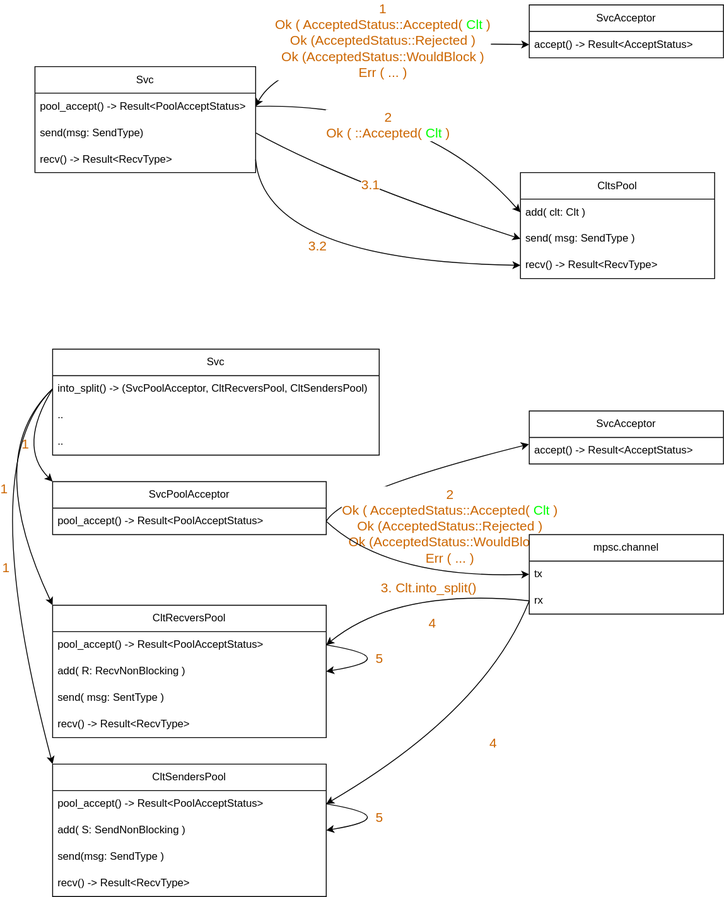
Before: readme/docs/accept_flow_diagram.drawio.svg, a diagram exported from draw.io (softstream-link/links). Source tidied: cells renumbered, new cells last; positions are measured from the earlier drawing's top-left corner, leaving out a move shared by most shapes.
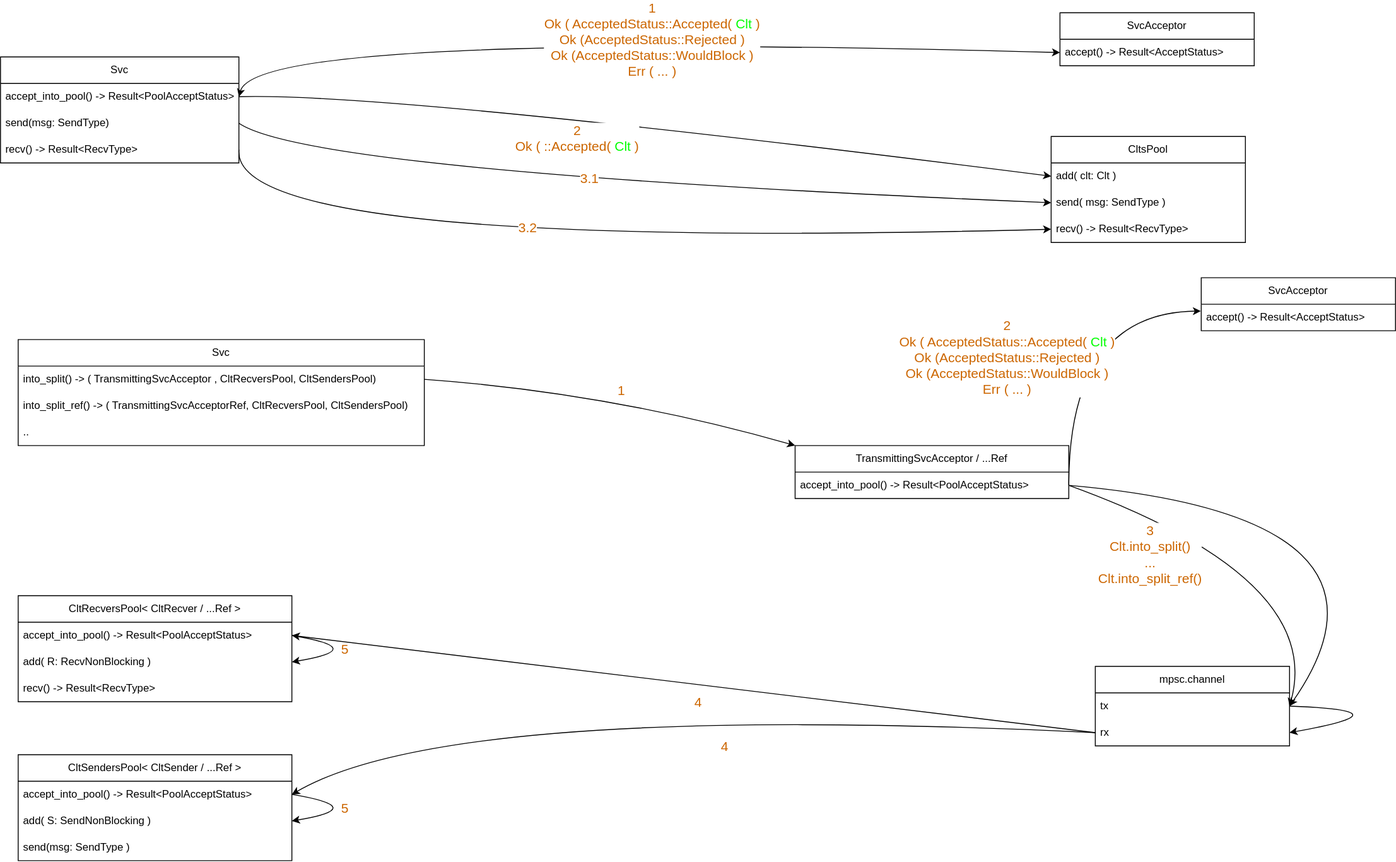
The same diagram one commit later.

Change to the diagram source:
```diff
@@ -3,13 +3,13 @@
     <mxCell id="0" />
     <mxCell id="1" parent="0" />
     <mxCell id="2" value="SvcAcceptor" style="swimlane;fontStyle=0;horizontal=1;startSize=30;whiteSpace=wrap;html=1;" parent="1" vertex="1">
-      <mxGeometry x="630" y="460" width="220" height="60" as="geometry" />
+      <mxGeometry x="1430" y="320" width="220" height="60" as="geometry" />
     </mxCell>
     <mxCell id="3" value="accept() -&amp;gt; Result&amp;lt;AcceptStatus&amp;gt;" style="text;strokeColor=none;fillColor=none;align=left;verticalAlign=middle;spacingLeft=4;spacingRight=4;overflow=hidden;points=[[0,0.5],[1,0.5]];portConstraint=eastwest;whiteSpace=wrap;html=1;" parent="2" vertex="1">
       <mxGeometry y="30" width="220" height="30" as="geometry" />
     </mxCell>
     <mxCell id="4" value="CltsPool" style="swimlane;fontStyle=0;horizontal=1;startSize=30;whiteSpace=wrap;html=1;" parent="1" vertex="1">
-      <mxGeometry x="620" y="190" width="220" height="120" as="geometry" />
+      <mxGeometry x="1260" y="160" width="220" height="120" as="geometry" />
     </mxCell>
     <mxCell id="5" value="add( clt: Clt )" style="text;strokeColor=none;fillColor=none;align=left;verticalAlign=middle;spacingLeft=4;spacingRight=4;overflow=hidden;points=[[0,0.5],[1,0.5]];portConstraint=eastwest;whiteSpace=wrap;html=1;" parent="4" vertex="1">
       <mxGeometry y="30" width="220" height="30" as="geometry" />
@@ -20,33 +20,33 @@
     <mxCell id="7" value="recv() -&amp;gt; Result&amp;lt;RecvType&amp;gt;" style="text;strokeColor=none;fillColor=none;align=left;verticalAlign=middle;spacingLeft=4;spacingRight=4;overflow=hidden;points=[[0,0.5],[1,0.5]];portConstraint=eastwest;whiteSpace=wrap;html=1;" parent="4" vertex="1">
       <mxGeometry y="90" width="220" height="30" as="geometry" />
     </mxCell>
-    <mxCell id="8" value="SvcPoolAcceptor" style="swimlane;fontStyle=0;horizontal=1;startSize=30;whiteSpace=wrap;html=1;" parent="1" vertex="1">
-      <mxGeometry x="90" y="540" width="310" height="60" as="geometry" />
+    <mxCell id="8" value="TransmittingSvcAcceptor / ...Ref" style="swimlane;fontStyle=0;horizontal=1;startSize=30;whiteSpace=wrap;html=1;" parent="1" vertex="1">
+      <mxGeometry x="970" y="510" width="310" height="60" as="geometry" />
     </mxCell>
-    <mxCell id="9" value="pool_accept() -&amp;gt; Result&amp;lt;PoolAcceptStatus&amp;gt;" style="text;strokeColor=none;fillColor=none;align=left;verticalAlign=middle;spacingLeft=4;spacingRight=4;overflow=hidden;points=[[0,0.5],[1,0.5]];portConstraint=eastwest;whiteSpace=wrap;html=1;" parent="8" vertex="1">
+    <mxCell id="9" value="accept_into_pool() -&amp;gt; Result&amp;lt;PoolAcceptStatus&amp;gt;" style="text;strokeColor=none;fillColor=none;align=left;verticalAlign=middle;spacingLeft=4;spacingRight=4;overflow=hidden;points=[[0,0.5],[1,0.5]];portConstraint=eastwest;whiteSpace=wrap;html=1;" parent="8" vertex="1">
       <mxGeometry y="30" width="310" height="30" as="geometry" />
     </mxCell>
     <mxCell id="10" value="Svc" style="swimlane;fontStyle=0;horizontal=1;startSize=30;whiteSpace=wrap;html=1;" parent="1" vertex="1">
-      <mxGeometry x="70" y="70" width="250" height="120" as="geometry" />
+      <mxGeometry x="70" y="70" width="270" height="120" as="geometry" />
     </mxCell>
-    <mxCell id="11" value="pool_accept() -&amp;gt; Result&amp;lt;PoolAcceptStatus&amp;gt;" style="text;strokeColor=none;fillColor=none;align=left;verticalAlign=middle;spacingLeft=4;spacingRight=4;overflow=hidden;points=[[0,0.5],[1,0.5]];portConstraint=eastwest;whiteSpace=wrap;html=1;" parent="10" vertex="1">
-      <mxGeometry y="30" width="250" height="30" as="geometry" />
+    <mxCell id="11" value="accept_into_pool() -&amp;gt; Result&amp;lt;PoolAcceptStatus&amp;gt;" style="text;strokeColor=none;fillColor=none;align=left;verticalAlign=middle;spacingLeft=4;spacingRight=4;overflow=hidden;points=[[0,0.5],[1,0.5]];portConstraint=eastwest;whiteSpace=wrap;html=1;" parent="10" vertex="1">
+      <mxGeometry y="30" width="270" height="30" as="geometry" />
     </mxCell>
     <mxCell id="12" value="send(msg: SendType)" style="text;strokeColor=none;fillColor=none;align=left;verticalAlign=middle;spacingLeft=4;spacingRight=4;overflow=hidden;points=[[0,0.5],[1,0.5]];portConstraint=eastwest;whiteSpace=wrap;html=1;" parent="10" vertex="1">
-      <mxGeometry y="60" width="250" height="30" as="geometry" />
+      <mxGeometry y="60" width="270" height="30" as="geometry" />
     </mxCell>
     <mxCell id="13" value="recv() -&amp;gt; Result&amp;lt;RecvType&amp;gt;" style="text;strokeColor=none;fillColor=none;align=left;verticalAlign=middle;spacingLeft=4;spacingRight=4;overflow=hidden;points=[[0,0.5],[1,0.5]];portConstraint=eastwest;whiteSpace=wrap;html=1;" parent="10" vertex="1">
-      <mxGeometry y="90" width="250" height="30" as="geometry" />
+      <mxGeometry y="90" width="270" height="30" as="geometry" />
     </mxCell>
     <mxCell id="14" value="2&lt;br&gt;Ok ( AcceptedStatus::Accepted(&amp;nbsp;&lt;font color=&quot;#00ff00&quot;&gt;Clt&lt;/font&gt;&amp;nbsp; )&lt;br&gt;Ok (AcceptedStatus::Rejected )&lt;br&gt;Ok (AcceptedStatus::WouldBlock )&lt;br&gt;Err ( ... )" style="curved=1;endArrow=none;html=1;fontColor=#CC6600;entryX=1;entryY=0.5;entryDx=0;entryDy=0;fontSize=15;startArrow=classic;startFill=1;endFill=0;exitX=-0.002;exitY=0.256;exitDx=0;exitDy=0;exitPerimeter=0;" parent="1" edge="1" source="3" target="9">
-      <mxGeometry x="-0.15" y="68" relative="1" as="geometry">
+      <mxGeometry x="0.16" y="-70" relative="1" as="geometry">
         <Array as="points">
-          <mxPoint x="420" y="550" />
+          <mxPoint x="1280" y="360" />
         </Array>
       </mxGeometry>
     </mxCell>
     <mxCell id="15" value="SvcAcceptor" style="swimlane;fontStyle=0;horizontal=1;startSize=30;whiteSpace=wrap;html=1;" parent="1" vertex="1">
-      <mxGeometry x="630" width="220" height="60" as="geometry" />
+      <mxGeometry x="1270" y="20" width="220" height="60" as="geometry" />
     </mxCell>
     <mxCell id="16" value="accept() -&amp;gt; Result&amp;lt;AcceptStatus&amp;gt;" style="text;strokeColor=none;fillColor=none;align=left;verticalAlign=middle;spacingLeft=4;spacingRight=4;overflow=hidden;points=[[0,0.5],[1,0.5]];portConstraint=eastwest;whiteSpace=wrap;html=1;" parent="15" vertex="1">
       <mxGeometry y="30" width="220" height="30" as="geometry" />
@@ -80,29 +80,26 @@
       </mxGeometry>
     </mxCell>
     <mxCell id="21" value="Svc" style="swimlane;fontStyle=0;horizontal=1;startSize=30;whiteSpace=wrap;html=1;" parent="1" vertex="1">
-      <mxGeometry x="90" y="390" width="370" height="120" as="geometry" />
+      <mxGeometry x="90" y="390" width="460" height="120" as="geometry" />
     </mxCell>
-    <mxCell id="22" value="into_split() -&amp;gt; (SvcPoolAcceptor, CltRecversPool, CltSendersPool)" style="text;strokeColor=none;fillColor=none;align=left;verticalAlign=middle;spacingLeft=4;spacingRight=4;overflow=hidden;points=[[0,0.5],[1,0.5]];portConstraint=eastwest;whiteSpace=wrap;html=1;" parent="21" vertex="1">
-      <mxGeometry y="30" width="370" height="30" as="geometry" />
+    <mxCell id="22" value="into_split() -&amp;gt; (&lt;span style=&quot;text-align: center;&quot;&gt;TransmittingSvcAcceptor&lt;/span&gt;, CltRecversPool, CltSendersPool)" style="text;strokeColor=none;fillColor=none;align=left;verticalAlign=middle;spacingLeft=4;spacingRight=4;overflow=hidden;points=[[0,0.5],[1,0.5]];portConstraint=eastwest;whiteSpace=wrap;html=1;" parent="21" vertex="1">
+      <mxGeometry y="30" width="460" height="30" as="geometry" />
     </mxCell>
-    <mxCell id="23" value=".." style="text;strokeColor=none;fillColor=none;align=left;verticalAlign=middle;spacingLeft=4;spacingRight=4;overflow=hidden;whiteSpace=wrap;html=1;" parent="21" vertex="1">
-      <mxGeometry y="60" width="370" height="30" as="geometry" />
+    <mxCell id="23" value="into_split_ref() -&amp;gt; ( TransmittingSvcAcceptorRef, CltRecversPool, CltSendersPool)" style="text;strokeColor=none;fillColor=none;align=left;verticalAlign=middle;spacingLeft=4;spacingRight=4;overflow=hidden;whiteSpace=wrap;html=1;" parent="21" vertex="1">
+      <mxGeometry y="60" width="460" height="30" as="geometry" />
     </mxCell>
     <mxCell id="24" value=".." style="text;strokeColor=none;fillColor=none;align=left;verticalAlign=middle;spacingLeft=4;spacingRight=4;overflow=hidden;whiteSpace=wrap;html=1;" parent="21" vertex="1">
-      <mxGeometry y="90" width="370" height="30" as="geometry" />
+      <mxGeometry y="90" width="460" height="30" as="geometry" />
     </mxCell>
-    <mxCell id="25" value="CltRecversPool" style="swimlane;fontStyle=0;horizontal=1;startSize=30;whiteSpace=wrap;html=1;" parent="1" vertex="1">
-      <mxGeometry x="90" y="680" width="310" height="150" as="geometry" />
+    <mxCell id="25" value="CltRecversPool&amp;lt; CltRecver / ...Ref &amp;gt;" style="swimlane;fontStyle=0;horizontal=1;startSize=30;whiteSpace=wrap;html=1;" parent="1" vertex="1">
+      <mxGeometry x="90" y="680" width="310" height="120" as="geometry" />
     </mxCell>
-    <mxCell id="26" value="pool_accept() -&amp;gt; Result&amp;lt;PoolAcceptStatus&amp;gt;" style="text;strokeColor=none;fillColor=none;align=left;verticalAlign=middle;spacingLeft=4;spacingRight=4;overflow=hidden;points=[[0,0.5],[1,0.5]];portConstraint=eastwest;whiteSpace=wrap;html=1;" parent="25" vertex="1">
+    <mxCell id="26" value="accept_into_pool() -&amp;gt; Result&amp;lt;PoolAcceptStatus&amp;gt;" style="text;strokeColor=none;fillColor=none;align=left;verticalAlign=middle;spacingLeft=4;spacingRight=4;overflow=hidden;points=[[0,0.5],[1,0.5]];portConstraint=eastwest;whiteSpace=wrap;html=1;" parent="25" vertex="1">
       <mxGeometry y="30" width="310" height="30" as="geometry" />
     </mxCell>
     <mxCell id="27" value="add( R: RecvNonBlocking )" style="text;strokeColor=none;fillColor=none;align=left;verticalAlign=middle;spacingLeft=4;spacingRight=4;overflow=hidden;points=[[0,0.5],[1,0.5]];portConstraint=eastwest;whiteSpace=wrap;html=1;" parent="25" vertex="1">
       <mxGeometry y="60" width="310" height="30" as="geometry" />
     </mxCell>
-    <mxCell id="28" value="send( msg: SentType )" style="text;strokeColor=none;fillColor=none;align=left;verticalAlign=middle;spacingLeft=4;spacingRight=4;overflow=hidden;whiteSpace=wrap;html=1;" parent="25" vertex="1">
-      <mxGeometry y="90" width="310" height="30" as="geometry" />
-    </mxCell>
     <mxCell id="29" value="5" style="curved=1;endArrow=none;html=1;fontColor=#CC6600;entryX=1;entryY=0.5;entryDx=0;entryDy=0;fontSize=15;startArrow=classic;startFill=1;endFill=0;exitX=1;exitY=0.5;exitDx=0;exitDy=0;" parent="25" edge="1" source="27" target="26">
       <mxGeometry x="0.32" y="5" relative="1" as="geometry">
         <Array as="points">
@@ -111,12 +108,12 @@
       </mxGeometry>
     </mxCell>
     <mxCell id="30" value="recv() -&amp;gt; Result&amp;lt;RecvType&amp;gt;" style="text;strokeColor=none;fillColor=none;align=left;verticalAlign=middle;spacingLeft=4;spacingRight=4;overflow=hidden;whiteSpace=wrap;html=1;" parent="25" vertex="1">
-      <mxGeometry y="120" width="310" height="30" as="geometry" />
+      <mxGeometry y="90" width="310" height="30" as="geometry" />
     </mxCell>
-    <mxCell id="31" value="CltSendersPool" style="swimlane;fontStyle=0;horizontal=1;startSize=30;whiteSpace=wrap;html=1;" parent="1" vertex="1">
-      <mxGeometry x="90" y="860" width="310" height="150" as="geometry" />
+    <mxCell id="31" value="CltSendersPool&amp;lt; CltSender / ...Ref &amp;gt;" style="swimlane;fontStyle=0;horizontal=1;startSize=30;whiteSpace=wrap;html=1;" parent="1" vertex="1">
+      <mxGeometry x="90" y="860" width="310" height="120" as="geometry" />
     </mxCell>
-    <mxCell id="32" value="pool_accept() -&amp;gt; Result&amp;lt;PoolAcceptStatus&amp;gt;" style="text;strokeColor=none;fillColor=none;align=left;verticalAlign=middle;spacingLeft=4;spacingRight=4;overflow=hidden;points=[[0,0.5],[1,0.5]];portConstraint=eastwest;whiteSpace=wrap;html=1;" parent="31" vertex="1">
+    <mxCell id="32" value="accept_into_pool() -&amp;gt; Result&amp;lt;PoolAcceptStatus&amp;gt;" style="text;strokeColor=none;fillColor=none;align=left;verticalAlign=middle;spacingLeft=4;spacingRight=4;overflow=hidden;points=[[0,0.5],[1,0.5]];portConstraint=eastwest;whiteSpace=wrap;html=1;" parent="31" vertex="1">
       <mxGeometry y="30" width="310" height="30" as="geometry" />
     </mxCell>
     <mxCell id="33" value="add( S: SendNonBlocking )" style="text;strokeColor=none;fillColor=none;align=left;verticalAlign=middle;spacingLeft=4;spacingRight=4;overflow=hidden;points=[[0,0.5],[1,0.5]];portConstraint=eastwest;whiteSpace=wrap;html=1;" parent="31" vertex="1">
@@ -125,9 +122,6 @@
     <mxCell id="34" value="send(msg: SendType )" style="text;strokeColor=none;fillColor=none;align=left;verticalAlign=middle;spacingLeft=4;spacingRight=4;overflow=hidden;whiteSpace=wrap;html=1;" parent="31" vertex="1">
       <mxGeometry y="90" width="310" height="30" as="geometry" />
     </mxCell>
-    <mxCell id="35" value="recv() -&amp;gt; Result&amp;lt;RecvType&amp;gt;" style="text;strokeColor=none;fillColor=none;align=left;verticalAlign=middle;spacingLeft=4;spacingRight=4;overflow=hidden;whiteSpace=wrap;html=1;" parent="31" vertex="1">
-      <mxGeometry y="120" width="310" height="30" as="geometry" />
-    </mxCell>
     <mxCell id="36" value="5" style="curved=1;endArrow=none;html=1;fontColor=#CC6600;entryX=1;entryY=0.5;entryDx=0;entryDy=0;fontSize=15;startArrow=classic;startFill=1;endFill=0;exitX=1;exitY=0.5;exitDx=0;exitDy=0;" parent="31" edge="1" source="33" target="32">
       <mxGeometry x="0.32" y="5" relative="1" as="geometry">
         <Array as="points">
@@ -135,29 +129,15 @@
         </Array>
       </mxGeometry>
     </mxCell>
-    <mxCell id="37" value="1" style="curved=1;endArrow=none;html=1;fontColor=#CC6600;entryX=0;entryY=0.5;entryDx=0;entryDy=0;fontSize=15;startArrow=classic;startFill=1;endFill=0;exitX=0;exitY=0;exitDx=0;exitDy=0;" parent="1" edge="1" source="8" target="22">
+    <mxCell id="37" value="1" style="curved=1;endArrow=none;html=1;fontColor=#CC6600;entryX=1;entryY=0.5;entryDx=0;entryDy=0;fontSize=15;startArrow=classic;startFill=1;endFill=0;exitX=0;exitY=0;exitDx=0;exitDy=0;" parent="1" edge="1" source="8" target="22">
       <mxGeometry x="-0.04" y="-6" relative="1" as="geometry">
         <Array as="points">
-          <mxPoint x="50" y="500" />
+          <mxPoint x="760" y="450" />
         </Array>
       </mxGeometry>
     </mxCell>
-    <mxCell id="38" value="1" style="curved=1;endArrow=none;html=1;fontColor=#CC6600;fontSize=15;startArrow=classic;startFill=1;endFill=0;exitX=0;exitY=0;exitDx=0;exitDy=0;entryX=0;entryY=0.5;entryDx=0;entryDy=0;" parent="1" edge="1" source="25" target="22">
-      <mxGeometry x="-0.04" y="-6" relative="1" as="geometry">
-        <Array as="points">
-          <mxPoint x="10" y="510" />
-        </Array>
-      </mxGeometry>
-    </mxCell>
-    <mxCell id="39" value="1" style="curved=1;endArrow=none;html=1;fontColor=#CC6600;fontSize=15;startArrow=classic;startFill=1;endFill=0;exitX=0;exitY=0;exitDx=0;exitDy=0;entryX=0;entryY=0.5;entryDx=0;entryDy=0;" parent="1" edge="1" source="31" target="22">
-      <mxGeometry x="-0.04" y="-6" relative="1" as="geometry">
-        <Array as="points">
-          <mxPoint y="520" />
-        </Array>
-      </mxGeometry>
-    </mxCell>
     <mxCell id="40" value="mpsc.channel" style="swimlane;fontStyle=0;horizontal=1;startSize=30;whiteSpace=wrap;html=1;" parent="1" vertex="1">
-      <mxGeometry x="630" y="600" width="220" height="90" as="geometry" />
+      <mxGeometry x="1310" y="760" width="220" height="90" as="geometry" />
     </mxCell>
     <mxCell id="41" value="tx" style="text;strokeColor=none;fillColor=none;align=left;verticalAlign=middle;spacingLeft=4;spacingRight=4;overflow=hidden;points=[[0,0.5],[1,0.5]];portConstraint=eastwest;whiteSpace=wrap;html=1;" parent="40" vertex="1">
       <mxGeometry y="30" width="220" height="30" as="geometry" />
@@ -165,26 +145,36 @@
     <mxCell id="42" value="rx" style="text;strokeColor=none;fillColor=none;align=left;verticalAlign=middle;spacingLeft=4;spacingRight=4;overflow=hidden;points=[[0,0.5],[1,0.5]];portConstraint=eastwest;whiteSpace=wrap;html=1;" parent="40" vertex="1">
       <mxGeometry y="60" width="220" height="30" as="geometry" />
     </mxCell>
+    <mxCell id="46" style="curved=1;endArrow=none;html=1;fontColor=#CC6600;entryX=1;entryY=0.5;entryDx=0;entryDy=0;fontSize=15;startArrow=classic;startFill=1;endFill=0;exitX=1;exitY=0.5;exitDx=0;exitDy=0;" parent="40" edge="1" source="42" target="41">
+      <mxGeometry x="0.7" y="106" relative="1" as="geometry">
+        <Array as="points">
+          <mxPoint x="360" y="50" />
+        </Array>
+      </mxGeometry>
+    </mxCell>
-    <mxCell id="43" value="3. Clt.into_split()" style="curved=1;endArrow=none;html=1;fontColor=#CC6600;entryX=1;entryY=0.5;entryDx=0;entryDy=0;fontSize=15;startArrow=classic;startFill=1;endFill=0;exitX=0;exitY=0.5;exitDx=0;exitDy=0;" parent="1" edge="1" source="41" target="9">
-      <mxGeometry x="-0.11" y="11" relative="1" as="geometry">
+    <mxCell id="43" value="3&lt;br&gt;Clt.into_split()&lt;br&gt;...&lt;br&gt;Clt.into_split_ref()" style="curved=1;endArrow=none;html=1;fontColor=#CC6600;entryX=1;entryY=0.5;entryDx=0;entryDy=0;fontSize=15;startArrow=classic;startFill=1;endFill=0;exitX=1;exitY=0.5;exitDx=0;exitDy=0;" parent="1" edge="1" source="41" target="9">
+      <mxGeometry x="0.51" y="42" relative="1" as="geometry">
         <Array as="points">
-          <mxPoint x="470" y="650" />
+          <mxPoint x="1570" y="660" />
         </Array>
       </mxGeometry>
     </mxCell>
     <mxCell id="44" value="4" style="curved=1;endArrow=none;html=1;fontColor=#CC6600;entryX=0;entryY=0.5;entryDx=0;entryDy=0;fontSize=15;startArrow=classic;startFill=1;endFill=0;exitX=1;exitY=0.5;exitDx=0;exitDy=0;" parent="1" edge="1" source="26" target="42">
-      <mxGeometry x="0.16" y="-36" relative="1" as="geometry">
-        <Array as="points">
-          <mxPoint x="480" y="660" />
-        </Array>
-      </mxGeometry>
+      <mxGeometry x="0.02" y="-19" relative="1" as="geometry" />
     </mxCell>
     <mxCell id="45" value="4" style="curved=1;endArrow=none;html=1;fontColor=#CC6600;entryX=0;entryY=0.5;entryDx=0;entryDy=0;fontSize=15;startArrow=classic;startFill=1;endFill=0;exitX=1;exitY=0.5;exitDx=0;exitDy=0;" parent="1" edge="1" source="32" target="42">
-      <mxGeometry x="0.16" y="-36" relative="1" as="geometry">
+      <mxGeometry x="0.11" y="-35" relative="1" as="geometry">
         <Array as="points">
           <mxPoint x="580" y="800" />
         </Array>
       </mxGeometry>
     </mxCell>
+    <mxCell id="47" style="curved=1;endArrow=none;html=1;fontColor=#CC6600;entryX=1;entryY=0.5;entryDx=0;entryDy=0;fontSize=15;startArrow=classic;startFill=1;endFill=0;exitX=1;exitY=0.5;exitDx=0;exitDy=0;" parent="1" edge="1" source="41" target="9">
+      <mxGeometry x="0.7" y="106" relative="1" as="geometry">
+        <Array as="points">
+          <mxPoint x="1680" y="590" />
+        </Array>
+      </mxGeometry>
+    </mxCell>
   </root>
 </mxGraphModel>
```
